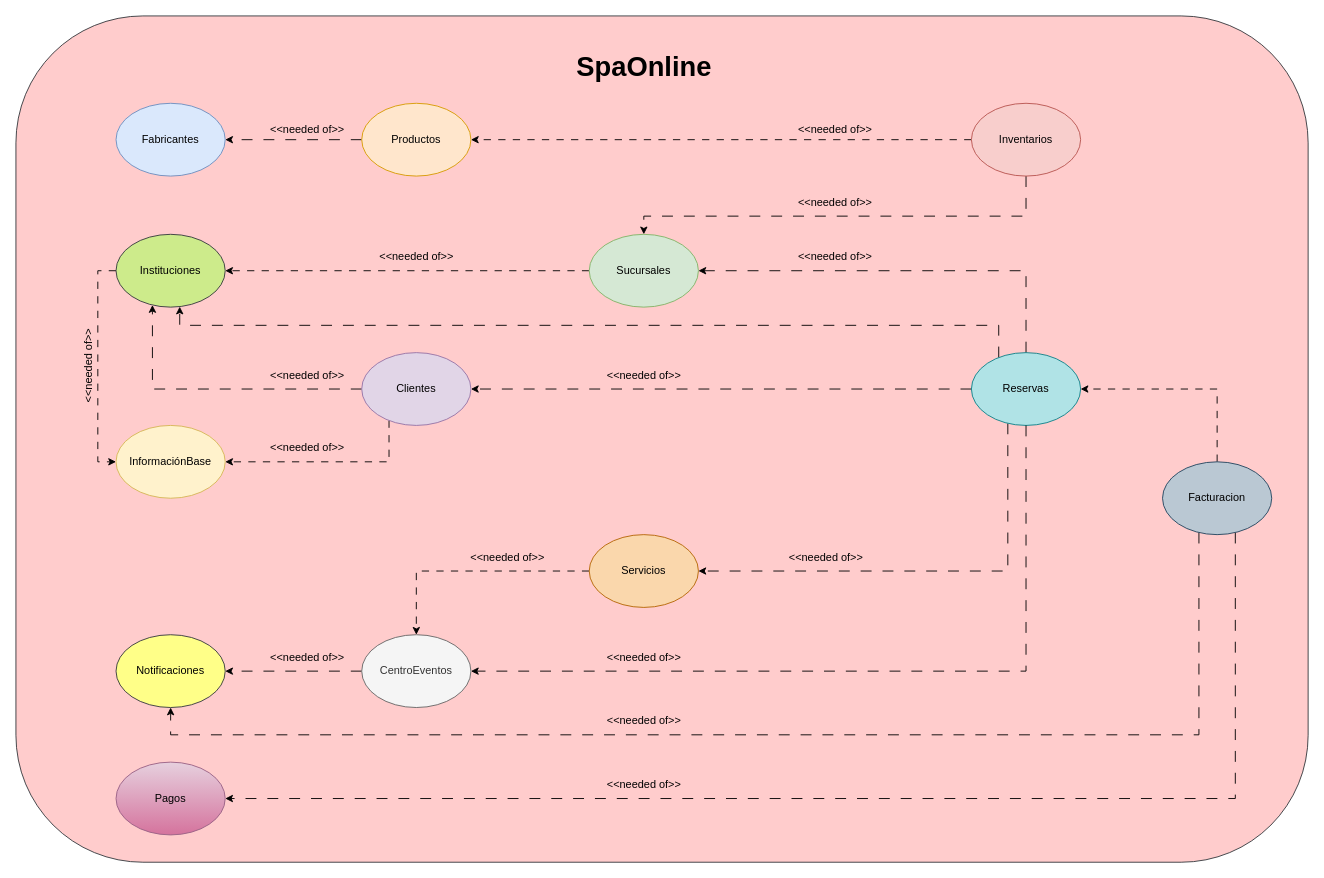
cristianospina/DOO keeps this draw.io diagram as page "2. ModeloContextoDeLimitado" (2 of 16) of SpaOnline/ModeloDominioSpa.drawio. Above is the earlier version. Source tidied: cells renumbered, new cells numbered last; positions are measured from the earlier drawing's top-left corner, leaving out a move shared by most shapes. Both pictures are drawn from the tidied source at 91%, with x=0, y=0 at pixel (15, 15).
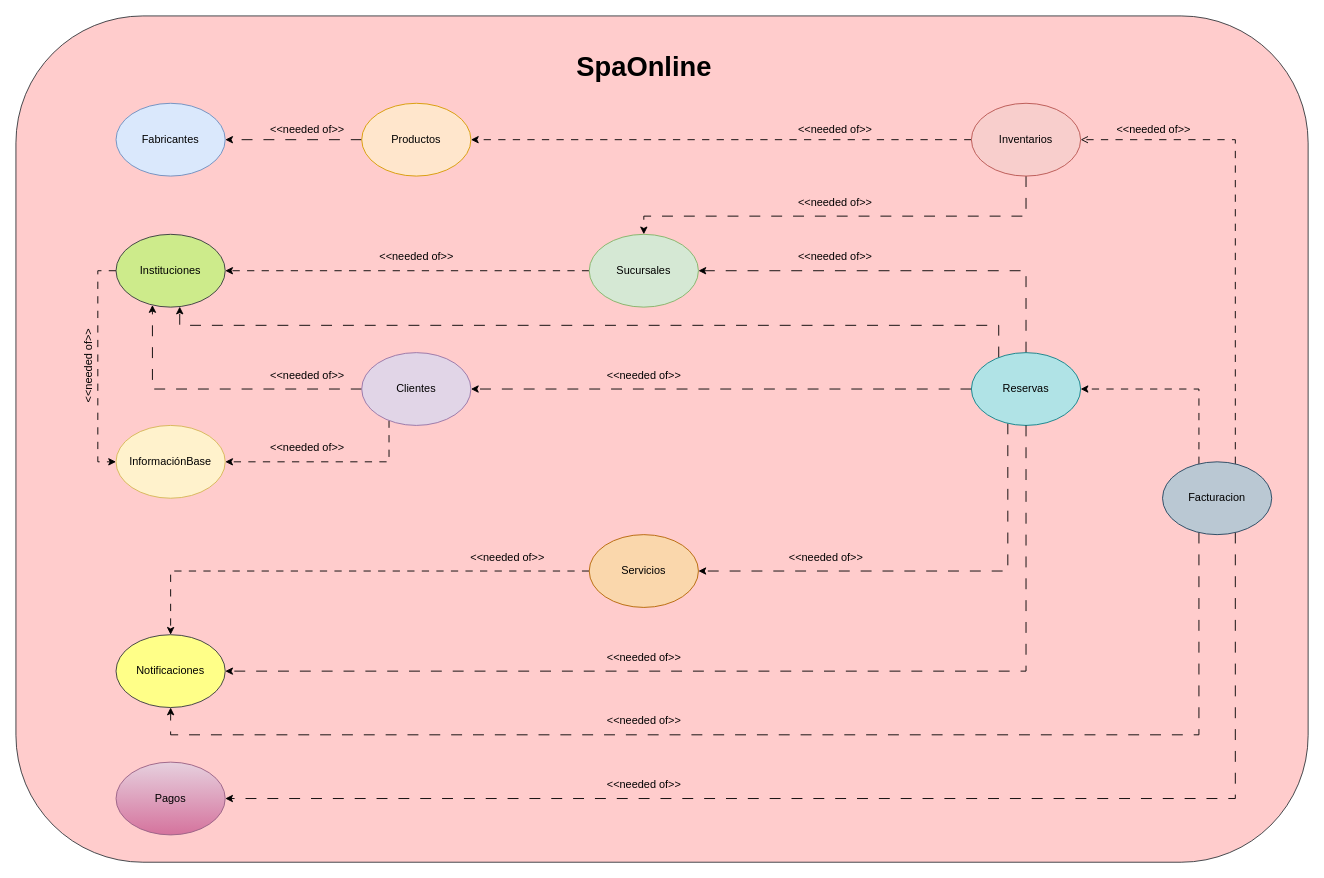
The same diagram, later.

The change refers to these unchanged cells:
```xml
<mxCell id="8" value="Inventarios" style="ellipse;whiteSpace=wrap;html=1;fillColor=#f8cecc;strokeColor=#b85450;" parent="1" vertex="1">
  <mxGeometry x="1050" y="96" width="120" height="80" as="geometry" />
</mxCell>
<mxCell id="15" value="Facturacion" style="ellipse;whiteSpace=wrap;html=1;fillColor=#bac8d3;strokeColor=#23445d;" parent="1" vertex="1">
  <mxGeometry x="1260" y="490" width="120" height="80" as="geometry" />
</mxCell>
<mxCell id="17" value="Servicios" style="ellipse;whiteSpace=wrap;html=1;fillColor=#fad7ac;strokeColor=#b46504;" parent="1" vertex="1">
  <mxGeometry x="630" y="570" width="120" height="80" as="geometry" />
</mxCell>
<mxCell id="23" value="Reservas" style="ellipse;whiteSpace=wrap;html=1;fillColor=#b0e3e6;strokeColor=#0e8088;" parent="1" vertex="1">
  <mxGeometry x="1050" y="370" width="120" height="80" as="geometry" />
</mxCell>
<mxCell id="24" value="Notificaciones" style="ellipse;whiteSpace=wrap;html=1;fillColor=#ffff88;strokeColor=#36393d;" parent="1" vertex="1">
  <mxGeometry x="110" y="680" width="120" height="80" as="geometry" />
</mxCell>
```

Diff of the diagram source:
```diff
@@
     <mxCell id="12" style="edgeStyle=orthogonalEdgeStyle;rounded=0;jettySize=auto;html=1;dashed=1;dashPattern=8 8;" parent="1" edge="1" source="15" target="23">
       <mxGeometry relative="1" as="geometry">
         <Array as="points">
-          <mxPoint x="1320" y="410" />
+          <mxPoint x="1300" y="410" />
         </Array>
       </mxGeometry>
     </mxCell>
@@
+    <mxCell id="49" style="edgeStyle=orthogonalEdgeStyle;rounded=0;jettySize=auto;html=1;endArrow=open;endFill=0;dashed=1;dashPattern=8 8;" parent="1" edge="1" source="15" target="8">
+      <mxGeometry relative="1" as="geometry">
+        <Array as="points">
+          <mxPoint x="1340" y="136" />
+        </Array>
+      </mxGeometry>
+    </mxCell>
@@
-    <mxCell id="16" style="edgeStyle=orthogonalEdgeStyle;rounded=0;jettySize=auto;html=1;dashed=1;dashPattern=8 8;" parent="1" edge="1" source="17" target="48">
+    <mxCell id="16" style="edgeStyle=orthogonalEdgeStyle;rounded=0;jettySize=auto;html=1;dashed=1;dashPattern=8 8;entryX=0.5;entryY=0;entryDx=0;entryDy=0;" parent="1" edge="1" source="17" target="24">
       <mxGeometry relative="1" as="geometry">
         <Array as="points">
-          <mxPoint x="440" y="610" />
+          <mxPoint x="170" y="610" />
         </Array>
       </mxGeometry>
     </mxCell>
@@
-    <mxCell id="21" style="edgeStyle=orthogonalEdgeStyle;rounded=0;jettySize=auto;html=1;dashed=1;dashPattern=12 12;" parent="1" edge="1" source="48" target="24">
-      <mxGeometry relative="1" as="geometry" />
-    </mxCell>
@@
-    <mxCell id="33" value="&amp;lt;&amp;lt;needed of&amp;gt;&amp;gt;" style="text;html=1;align=center;verticalAlign=middle;strokeColor=none;fillColor=none;" parent="1" vertex="1">
-      <mxGeometry x="270" y="690" width="100" height="30" as="geometry" />
-    </mxCell>
@@
-    <mxCell id="47" style="edgeStyle=orthogonalEdgeStyle;rounded=0;jettySize=auto;html=1;dashed=1;dashPattern=12 12;" parent="1" edge="1" source="23" target="48">
+    <mxCell id="47" style="edgeStyle=orthogonalEdgeStyle;rounded=0;jettySize=auto;html=1;dashed=1;dashPattern=12 12;" parent="1" edge="1" source="23" target="24">
       <mxGeometry relative="1" as="geometry">
         <Array as="points">
           <mxPoint x="1110" y="720" />
         </Array>
       </mxGeometry>
     </mxCell>
-    <mxCell id="48" value="CentroEventos" style="ellipse;whiteSpace=wrap;html=1;fillColor=#f5f5f5;strokeColor=#666666;fontColor=#333333;" parent="1" vertex="1">
-      <mxGeometry x="380" y="680" width="120" height="80" as="geometry" />
-    </mxCell>
+    <mxCell id="33" value="&amp;lt;&amp;lt;needed of&amp;gt;&amp;gt;" style="text;html=1;align=center;verticalAlign=middle;strokeColor=none;fillColor=none;" parent="1" vertex="1">
+      <mxGeometry x="1200" y="110" width="100" height="30" as="geometry" />
+    </mxCell>
```
